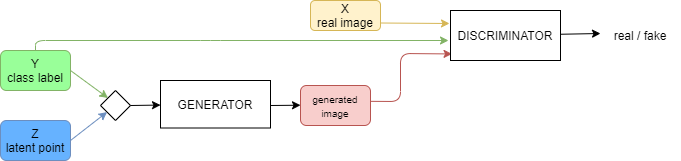
This is plots/cGAN_architecture_transp.png from federicoromeo/art-with-GAN, a draw.io export, as it was before one commit. Source tidied: cells renumbered, new cells last; positions are measured from the earlier drawing's top-left corner, leaving out a move shared by most shapes. Source of this version:
```xml
<mxGraphModel>
  <root>
    <mxCell id="0" />
    <mxCell id="1" parent="0" />
    <mxCell id="2" value="Y&lt;br&gt;class label" style="rounded=1;whiteSpace=wrap;html=1;strokeColor=#82b366;fillColor=#99FF99;" parent="1" vertex="1">
      <mxGeometry y="50" width="70" height="40" as="geometry" />
    </mxCell>
    <mxCell id="3" value="Z&lt;br&gt;latent point" style="rounded=1;whiteSpace=wrap;html=1;strokeColor=#6c8ebf;fillColor=#66B2FF;" parent="1" vertex="1">
      <mxGeometry y="120" width="70" height="40" as="geometry" />
    </mxCell>
    <mxCell id="4" style="endArrow=classic;html=1;fillColor=#dae8fc;strokeColor=#6c8ebf;" parent="1" edge="1" target="6">
      <mxGeometry relative="1" as="geometry">
        <mxPoint x="70" y="140" as="sourcePoint" />
      </mxGeometry>
    </mxCell>
    <mxCell id="5" style="endArrow=classic;html=1;exitX=1;exitY=0.5;exitDx=0;exitDy=0;entryX=0;entryY=0;entryDx=0;entryDy=0;fillColor=#d5e8d4;strokeColor=#82b366;" parent="1" edge="1" source="2" target="6">
      <mxGeometry relative="1" as="geometry" />
    </mxCell>
    <mxCell id="6" style="rhombus;whiteSpace=wrap;html=1;" parent="1" vertex="1">
      <mxGeometry x="100" y="90" width="30" height="30" as="geometry" />
    </mxCell>
    <mxCell id="7" style="endArrow=classic;html=1;exitX=1;exitY=0.5;exitDx=0;exitDy=0;" parent="1" edge="1" source="6" target="8">
      <mxGeometry relative="1" as="geometry" />
    </mxCell>
    <mxCell id="8" value="GENERATOR" style="rounded=0;whiteSpace=wrap;html=1;" parent="1" vertex="1">
      <mxGeometry x="160" y="80" width="110" height="47.5" as="geometry" />
    </mxCell>
    <mxCell id="9" style="endArrow=classic;html=1;" parent="1" edge="1">
      <mxGeometry relative="1" as="geometry">
        <mxPoint x="270" y="105" as="sourcePoint" />
        <mxPoint x="300" y="104.7" as="targetPoint" />
      </mxGeometry>
    </mxCell>
    <mxCell id="10" value="&lt;span style=&quot;font-size: 10px&quot;&gt;generated&lt;br&gt;image&lt;/span&gt;" style="rounded=1;whiteSpace=wrap;html=1;strokeColor=#b85450;fillColor=#f8cecc;" parent="1" vertex="1">
      <mxGeometry x="300" y="85" width="70" height="40" as="geometry" />
    </mxCell>
    <mxCell id="11" style="endArrow=classic;html=1;entryX=0.014;entryY=0.869;entryDx=0;entryDy=0;exitX=0.998;exitY=0.396;exitDx=0;exitDy=0;exitPerimeter=0;fillColor=#f8cecc;strokeColor=#b85450;entryPerimeter=0;" parent="1" edge="1" source="10" target="12">
      <mxGeometry relative="1" as="geometry">
        <Array as="points">
          <mxPoint x="400" y="101" />
          <mxPoint x="400" y="53" />
        </Array>
      </mxGeometry>
    </mxCell>
    <mxCell id="12" value="DISCRIMINATOR" style="rounded=0;whiteSpace=wrap;html=1;" parent="1" vertex="1">
      <mxGeometry x="450" y="10" width="110" height="50" as="geometry" />
    </mxCell>
    <mxCell id="13" style="endArrow=classic;html=1;" parent="1" edge="1">
      <mxGeometry relative="1" as="geometry">
        <mxPoint x="560" y="33.8" as="sourcePoint" />
        <mxPoint x="600" y="33" as="targetPoint" />
      </mxGeometry>
    </mxCell>
    <mxCell id="14" value="real / fake" style="text;html=1;strokeColor=none;fillColor=none;align=center;verticalAlign=middle;whiteSpace=wrap;rounded=0;" parent="1" vertex="1">
      <mxGeometry x="600" y="26.9" width="80" height="16.2" as="geometry" />
    </mxCell>
    <mxCell id="15" style="endArrow=classic;html=1;exitX=0.5;exitY=0;exitDx=0;exitDy=0;fillColor=#d5e8d4;strokeColor=#82b366;" parent="1" edge="1" source="2">
      <mxGeometry relative="1" as="geometry">
        <mxPoint x="448" y="40" as="targetPoint" />
        <Array as="points">
          <mxPoint x="35" y="40" />
          <mxPoint x="210" y="40" />
        </Array>
      </mxGeometry>
    </mxCell>
    <mxCell id="16" value="X&lt;br&gt;real image" style="rounded=1;whiteSpace=wrap;html=1;fillColor=#fff2cc;strokeColor=#d6b656;" parent="1" vertex="1">
      <mxGeometry x="310" width="70" height="30" as="geometry" />
    </mxCell>
    <mxCell id="17" style="endArrow=classic;html=1;exitX=1;exitY=0.75;exitDx=0;exitDy=0;fillColor=#fff2cc;strokeColor=#d6b656;" parent="1" edge="1" source="16">
      <mxGeometry relative="1" as="geometry">
        <mxPoint x="449" y="23" as="targetPoint" />
      </mxGeometry>
    </mxCell>
  </root>
</mxGraphModel>
```
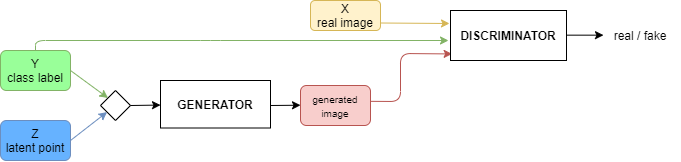
The same file after the commit.

Change to the diagram source:
```diff
@@ -22,7 +22,7 @@
     <mxCell id="7" style="endArrow=classic;html=1;exitX=1;exitY=0.5;exitDx=0;exitDy=0;" parent="1" edge="1" source="6" target="8">
       <mxGeometry relative="1" as="geometry" />
     </mxCell>
-    <mxCell id="8" value="GENERATOR" style="rounded=0;whiteSpace=wrap;html=1;" parent="1" vertex="1">
+    <mxCell id="8" value="&lt;b&gt;GENERATOR&lt;/b&gt;" style="rounded=0;whiteSpace=wrap;html=1;" parent="1" vertex="1">
       <mxGeometry x="160" y="80" width="110" height="47.5" as="geometry" />
     </mxCell>
     <mxCell id="9" style="endArrow=classic;html=1;" parent="1" edge="1">
@@ -42,13 +42,13 @@
         </Array>
       </mxGeometry>
     </mxCell>
-    <mxCell id="12" value="DISCRIMINATOR" style="rounded=0;whiteSpace=wrap;html=1;" parent="1" vertex="1">
-      <mxGeometry x="450" y="10" width="110" height="50" as="geometry" />
+    <mxCell id="12" value="&lt;b&gt;DISCRIMINATOR&lt;/b&gt;" style="rounded=0;whiteSpace=wrap;html=1;" parent="1" vertex="1">
+      <mxGeometry x="450" y="10" width="116" height="50" as="geometry" />
     </mxCell>
     <mxCell id="13" style="endArrow=classic;html=1;" parent="1" edge="1">
       <mxGeometry relative="1" as="geometry">
-        <mxPoint x="560" y="33.8" as="sourcePoint" />
-        <mxPoint x="600" y="33" as="targetPoint" />
+        <mxPoint x="566" y="34.7" as="sourcePoint" />
+        <mxPoint x="603" y="34.7" as="targetPoint" />
       </mxGeometry>
     </mxCell>
     <mxCell id="14" value="real / fake" style="text;html=1;strokeColor=none;fillColor=none;align=center;verticalAlign=middle;whiteSpace=wrap;rounded=0;" parent="1" vertex="1">
```
